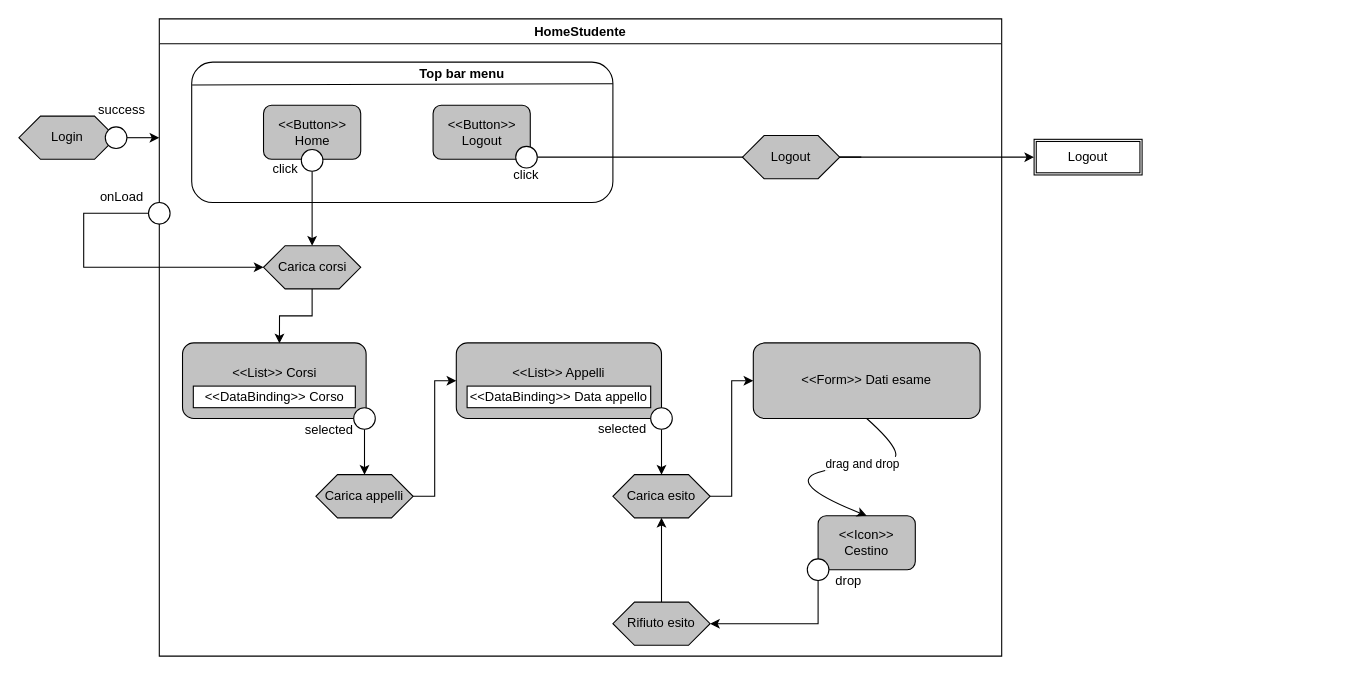
The draw.io diagram page "HomeStudente" (3 of 3) of Diagramma IFML javascript.drawio in StefanoBernardotto/TIW-polimi_24-25, before the edit. Source tidied: cells renumbered, new cells numbered last; positions are measured from the earlier drawing's top-left corner, leaving out a move shared by most shapes. Both pictures are drawn from the tidied source at 108%, with x=0, y=0 at pixel (18, 18).
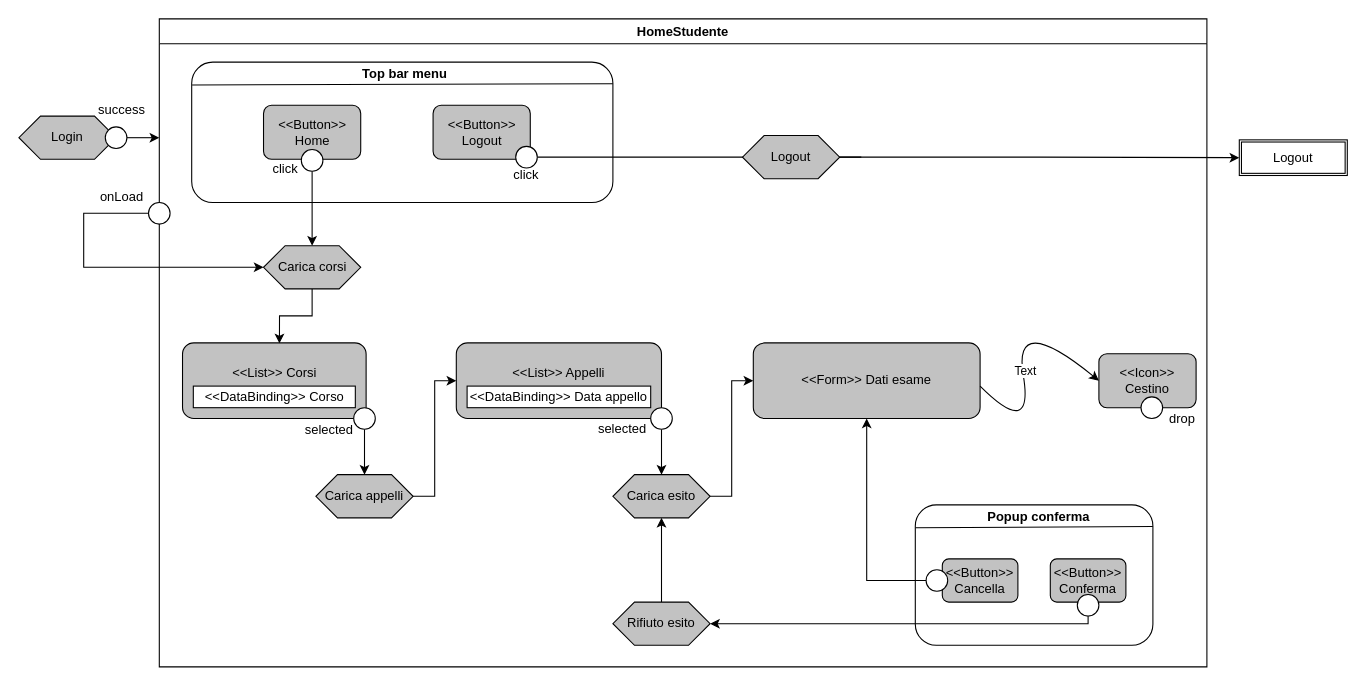
After the change.

Unchanged cells that the change refers to:
```xml
<mxCell id="36" value="&amp;lt;&amp;lt;Form&amp;gt;&amp;gt; Dati esame" style="rounded=1;whiteSpace=wrap;html=1;fillColor=#C2C2C2;" parent="6" vertex="1">
  <mxGeometry x="550" y="300" width="210" height="70" as="geometry" />
</mxCell>
<mxCell id="44" value="Rifiuto esito" style="shape=hexagon;perimeter=hexagonPerimeter2;whiteSpace=wrap;html=1;fixedSize=1;fillColor=#C2C2C2;" parent="6" vertex="1">
  <mxGeometry x="420" y="540" width="90" height="40" as="geometry" />
</mxCell>
```

Diff of the diagram source:
```diff
@@
     <mxCell id="6" value="HomeStudente" style="swimlane;whiteSpace=wrap;html=1;startSize=23;" parent="1" vertex="1">
-      <mxGeometry x="130" width="780" height="590" as="geometry" />
+      <mxGeometry x="130" width="970" height="600" as="geometry" />
     </mxCell>
@@
     <mxCell id="9" value="&lt;b&gt;Top bar menu&lt;/b&gt;" style="text;html=1;align=center;verticalAlign=middle;strokeColor=none;fillColor=none;shadow=0;" parent="6" vertex="1">
-      <mxGeometry x="230" y="36" width="100" height="30" as="geometry" />
+      <mxGeometry x="177" y="36" width="100" height="30" as="geometry" />
     </mxCell>
@@
     <mxCell id="37" value="&amp;lt;&amp;lt;Icon&amp;gt;&amp;gt; Cestino" style="rounded=1;whiteSpace=wrap;html=1;fillColor=#C2C2C2;" parent="6" vertex="1">
-      <mxGeometry x="610" y="460" width="90" height="50" as="geometry" />
+      <mxGeometry x="870" y="310" width="90" height="50" as="geometry" />
     </mxCell>
-    <mxCell id="38" style="curved=1;endArrow=classic;html=1;rounded=0;exitX=0.5;exitY=1;exitDx=0;exitDy=0;entryX=0.5;entryY=0;entryDx=0;entryDy=0;" parent="6" edge="1" source="36" target="37">
-      <mxGeometry relative="1" as="geometry">
-        <Array as="points">
-          <mxPoint x="700" y="410" />
-          <mxPoint x="640" y="410" />
-          <mxPoint x="580" y="430" />
-        </Array>
-      </mxGeometry>
-    </mxCell>
-    <mxCell id="39" value="drag and drop" style="edgeLabel;html=1;align=center;verticalAlign=middle;" parent="38" vertex="1">
-      <mxGeometry x="-0.17" y="1" relative="1" as="geometry" />
-    </mxCell>
-    <mxCell id="40" style="edgeStyle=orthogonalEdgeStyle;rounded=0;jettySize=auto;html=1;entryX=1;entryY=0.5;entryDx=0;entryDy=0;" parent="6" edge="1" source="41" target="44">
-      <mxGeometry relative="1" as="geometry">
-        <Array as="points">
-          <mxPoint x="610" y="560" />
-        </Array>
-      </mxGeometry>
-    </mxCell>
     <mxCell id="41" style="ellipse;whiteSpace=wrap;html=1;shadow=0;" parent="6" vertex="1">
-      <mxGeometry x="600" y="500" width="20" height="20" as="geometry" />
+      <mxGeometry x="909" y="350" width="20" height="20" as="geometry" />
     </mxCell>
     <mxCell id="42" value="drop" style="text;html=1;align=center;verticalAlign=middle;strokeColor=none;fillColor=none;" parent="6" vertex="1">
-      <mxGeometry x="613" y="506" width="50" height="30" as="geometry" />
+      <mxGeometry x="922" y="356" width="50" height="30" as="geometry" />
     </mxCell>
@@
+    <mxCell id="49" style="curved=1;endArrow=classic;html=1;rounded=0;entryX=0;entryY=0.5;entryDx=0;entryDy=0;" parent="6" edge="1" target="37">
+      <mxGeometry relative="1" as="geometry">
+        <mxPoint x="760" y="340" as="sourcePoint" />
+        <Array as="points">
+          <mxPoint x="810" y="390" />
+          <mxPoint x="790" y="270" />
+        </Array>
+      </mxGeometry>
+    </mxCell>
+    <mxCell id="50" value="Text" style="edgeLabel;html=1;align=center;verticalAlign=middle;" parent="49" vertex="1">
+      <mxGeometry x="-0.08" y="-2" relative="1" as="geometry" />
+    </mxCell>
+    <mxCell id="51" style="rounded=1;whiteSpace=wrap;html=1;shadow=0;" parent="6" vertex="1">
+      <mxGeometry x="700" y="450" width="220" height="130" as="geometry" />
+    </mxCell>
+    <mxCell id="52" style="endArrow=none;html=1;rounded=0;exitX=0.001;exitY=0.163;exitDx=0;exitDy=0;entryX=1;entryY=0.154;entryDx=0;entryDy=0;exitPerimeter=0;entryPerimeter=0;" parent="6" edge="1" source="51" target="51">
+      <mxGeometry relative="1" as="geometry" />
+    </mxCell>
+    <mxCell id="53" value="&lt;b&gt;Popup conferma&lt;/b&gt;" style="text;html=1;align=center;verticalAlign=middle;strokeColor=none;fillColor=none;shadow=0;" parent="6" vertex="1">
+      <mxGeometry x="754" y="446" width="120" height="30" as="geometry" />
+    </mxCell>
+    <mxCell id="54" value="&amp;lt;&amp;lt;Button&amp;gt;&amp;gt; Cancella" style="rounded=1;whiteSpace=wrap;html=1;fillColor=#C2C2C2;" parent="6" vertex="1">
+      <mxGeometry x="725" y="500" width="70" height="40" as="geometry" />
+    </mxCell>
+    <mxCell id="55" value="&amp;lt;&amp;lt;Button&amp;gt;&amp;gt; Conferma" style="rounded=1;whiteSpace=wrap;html=1;fillColor=#C2C2C2;" parent="6" vertex="1">
+      <mxGeometry x="825" y="500" width="70" height="40" as="geometry" />
+    </mxCell>
+    <mxCell id="56" style="edgeStyle=orthogonalEdgeStyle;rounded=0;jettySize=auto;html=1;" parent="6" edge="1" source="57" target="36">
+      <mxGeometry relative="1" as="geometry">
+        <Array as="points">
+          <mxPoint x="655" y="520" />
+        </Array>
+      </mxGeometry>
+    </mxCell>
+    <mxCell id="57" style="ellipse;whiteSpace=wrap;html=1;" parent="6" vertex="1">
+      <mxGeometry x="710" y="510" width="20" height="20" as="geometry" />
+    </mxCell>
+    <mxCell id="58" style="edgeStyle=orthogonalEdgeStyle;rounded=0;jettySize=auto;html=1;" parent="6" edge="1" source="59" target="44">
+      <mxGeometry relative="1" as="geometry">
+        <Array as="points">
+          <mxPoint x="860" y="560" />
+        </Array>
+      </mxGeometry>
+    </mxCell>
+    <mxCell id="59" style="ellipse;whiteSpace=wrap;html=1;" parent="6" vertex="1">
+      <mxGeometry x="850" y="533" width="20" height="20" as="geometry" />
+    </mxCell>
     <mxCell id="45" value="Logout" style="shape=ext;double=1;rounded=0;whiteSpace=wrap;html=1;" parent="1" vertex="1">
-      <mxGeometry x="940" y="111.5" width="100" height="33" as="geometry" />
+      <mxGeometry x="1130" y="112" width="100" height="33" as="geometry" />
     </mxCell>
```
